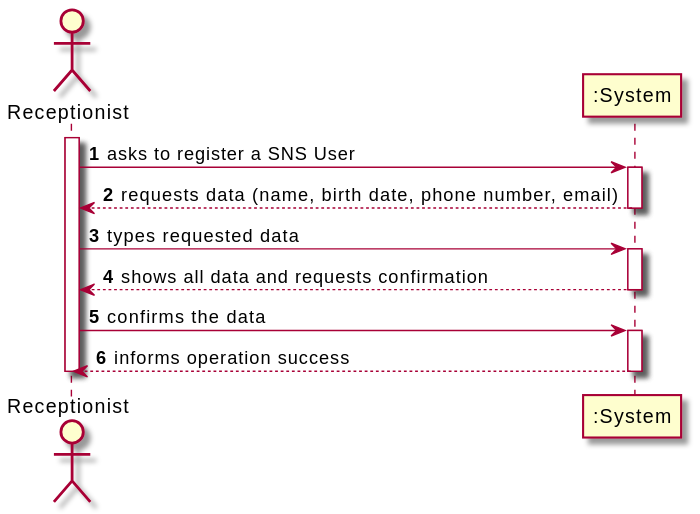
The PlantUML diagram docs/SprintC/US03/SSD/US03_SSD.svg in miseEnPlace-i/lapr2, before a commit. The source it was exported from:
```plantuml
@startuml System Sequence Diagram
autonumber
actor "Receptionist" as Receptionist

activate Receptionist
Receptionist -> ":System" : asks to register a SNS User
activate ":System"
":System" --> Receptionist : requests data (name, birth date, phone number, email)
deactivate ":System"

Receptionist -> ":System" : types requested data
activate ":System"
":System" --> Receptionist : shows all data and requests confirmation
deactivate ":System"

Receptionist -> ":System" : confirms the data
activate ":System"
":System" --> Receptionist : informs operation success
deactivate ":System"

deactivate Receptionist

@enduml
```
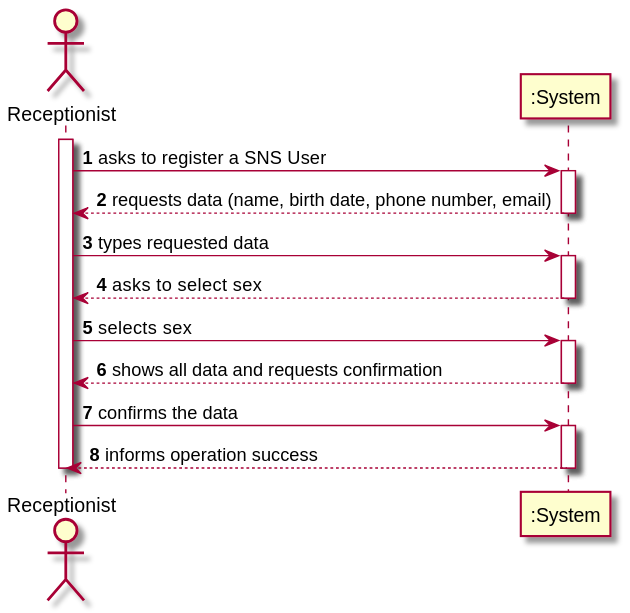
Above is the later version.

Commit message:
fix(docs[US03]): add select sex to SSD

What changed in the source:
```diff
@@ -1,4 +1,4 @@
-@startuml System Sequence Diagram
+@startuml US03_SSD
 autonumber
 actor "Receptionist" as Receptionist
 
@@ -9,6 +9,11 @@
 deactivate ":System"
 
 Receptionist -> ":System" : types requested data
+activate ":System"
+":System" --> Receptionist : asks to select sex
+deactivate ":System"
+
+Receptionist -> ":System" : selects sex
 activate ":System"
 ":System" --> Receptionist : shows all data and requests confirmation
 deactivate ":System"
```
